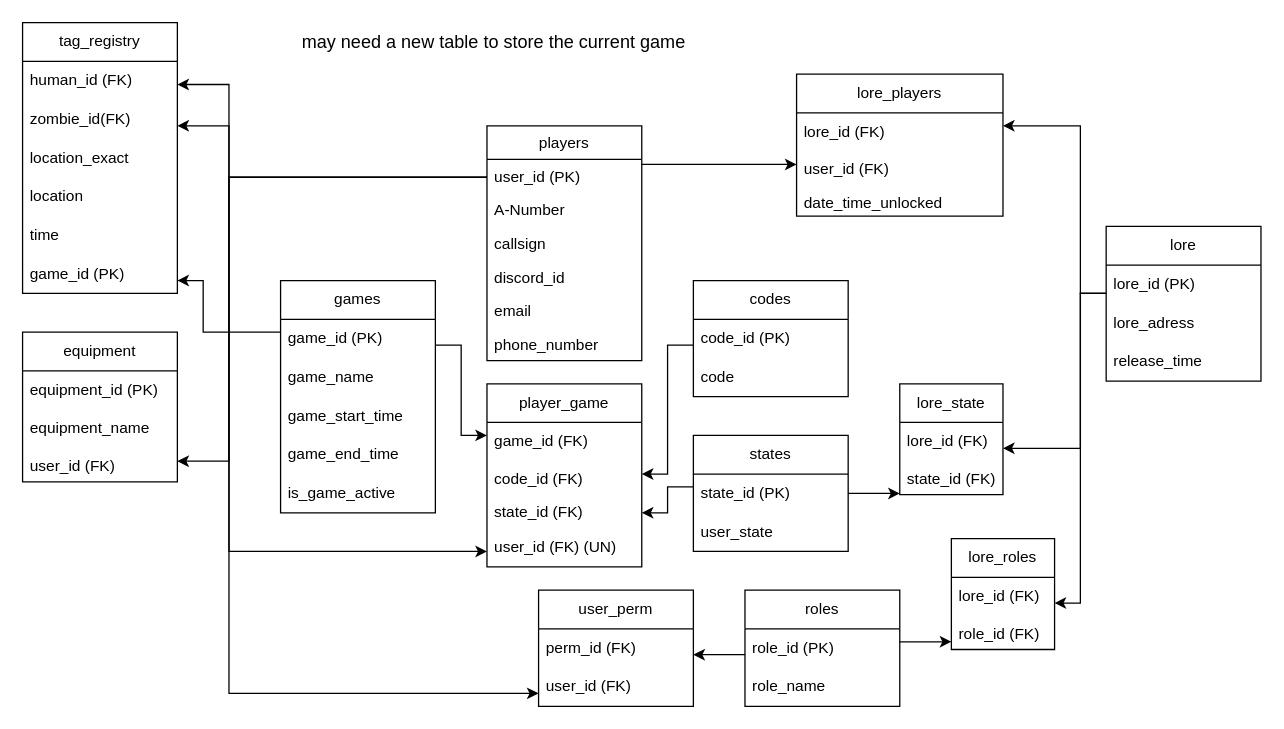
This is HvZ SQL outline.drawio from hutonahill/HvZ_USU_Site, a draw.io file, before an edit. Source tidied: cells renumbered, new cells numbered last; positions are measured from the earlier drawing's top-left corner, leaving out a move shared by most shapes. Both pictures are drawn from the tidied source at 129%, with x=0, y=0 at pixel (22, 22).
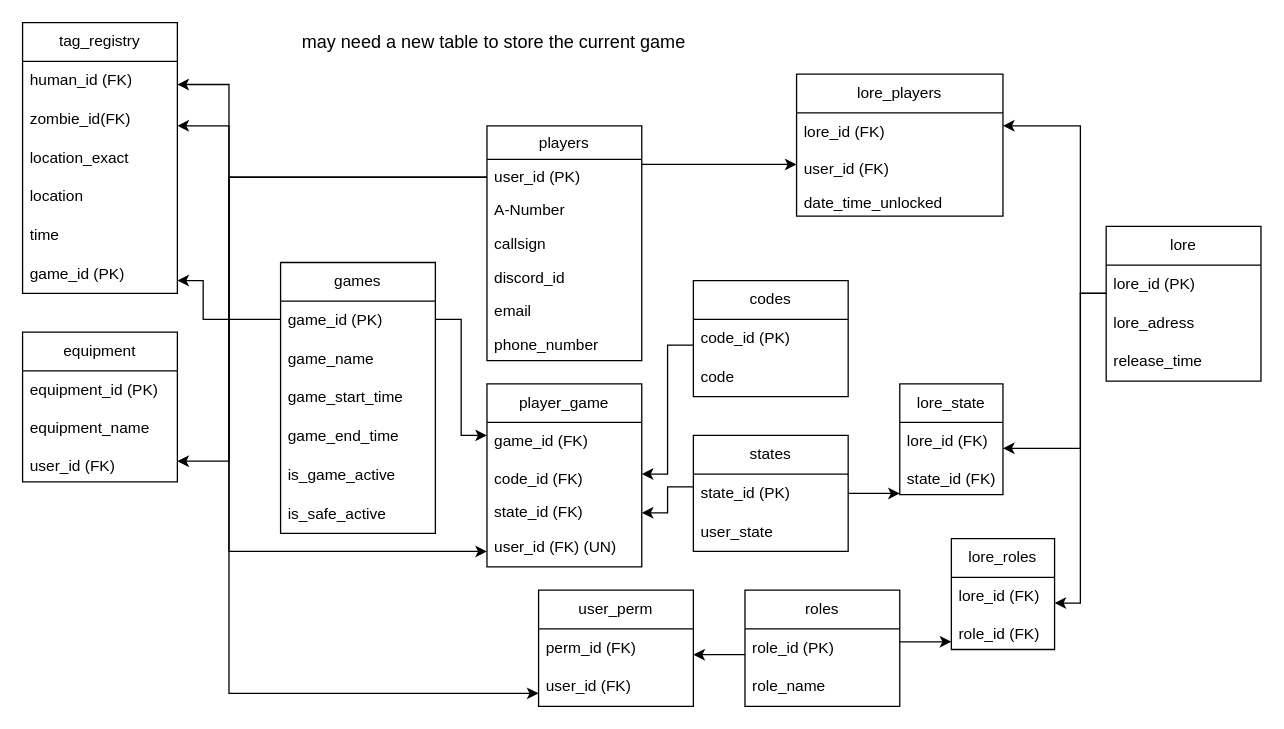
Above is the later version.

Unchanged cells that the change refers to:
```xml
<mxCell id="25" value="game_id (PK)" style="text;strokeColor=none;fillColor=none;align=left;verticalAlign=middle;spacingLeft=4;spacingRight=4;overflow=hidden;points=[[0,0.5],[1,0.5]];portConstraint=eastwest;whiteSpace=wrap;html=1;" parent="19" vertex="1">
  <mxGeometry y="180" width="120" height="30" as="geometry" />
</mxCell>
<mxCell id="60" value="game_id (PK)" style="text;strokeColor=none;fillColor=none;align=left;verticalAlign=middle;spacingLeft=4;spacingRight=4;overflow=hidden;points=[[0,0.5],[1,0.5]];portConstraint=eastwest;whiteSpace=wrap;html=1;" parent="59" vertex="1">
  <mxGeometry y="30" width="120" height="30" as="geometry" />
</mxCell>
<mxCell id="66" value="game_id (FK)" style="text;strokeColor=none;fillColor=none;align=left;verticalAlign=middle;spacingLeft=4;spacingRight=4;overflow=hidden;points=[[0,0.5],[1,0.5]];portConstraint=eastwest;whiteSpace=wrap;html=1;" parent="65" vertex="1">
  <mxGeometry y="30" width="120" height="30" as="geometry" />
</mxCell>
```

Diff of the diagram source:
```diff
@@
     <mxCell id="59" value="games" style="swimlane;fontStyle=0;horizontal=1;startSize=30;whiteSpace=wrap;html=1;" parent="1" vertex="1">
-      <mxGeometry x="200" y="200" width="120" height="180" as="geometry" />
+      <mxGeometry x="200" y="186" width="120" height="210" as="geometry" />
     </mxCell>
@@
+    <mxCell id="74" value="is_safe_active" style="text;strokeColor=none;fillColor=none;align=left;verticalAlign=middle;spacingLeft=4;spacingRight=4;overflow=hidden;whiteSpace=wrap;html=1;" parent="59" vertex="1">
+      <mxGeometry y="180" width="120" height="30" as="geometry" />
+    </mxCell>
@@
     <mxCell id="71" style="edgeStyle=orthogonalEdgeStyle;rounded=0;jettySize=auto;html=1;" parent="1" edge="1" source="60" target="66">
       <mxGeometry relative="1" as="geometry">
         <Array as="points">
-          <mxPoint x="340" y="250" />
+          <mxPoint x="340" y="230" />
           <mxPoint x="340" y="320" />
         </Array>
       </mxGeometry>
     </mxCell>
     <mxCell id="72" style="edgeStyle=orthogonalEdgeStyle;rounded=0;jettySize=auto;html=1;" parent="1" edge="1" source="60" target="25">
       <mxGeometry relative="1" as="geometry">
         <Array as="points">
-          <mxPoint x="140" y="240" />
+          <mxPoint x="140" y="230" />
           <mxPoint x="140" y="200" />
         </Array>
       </mxGeometry>
     </mxCell>
```
